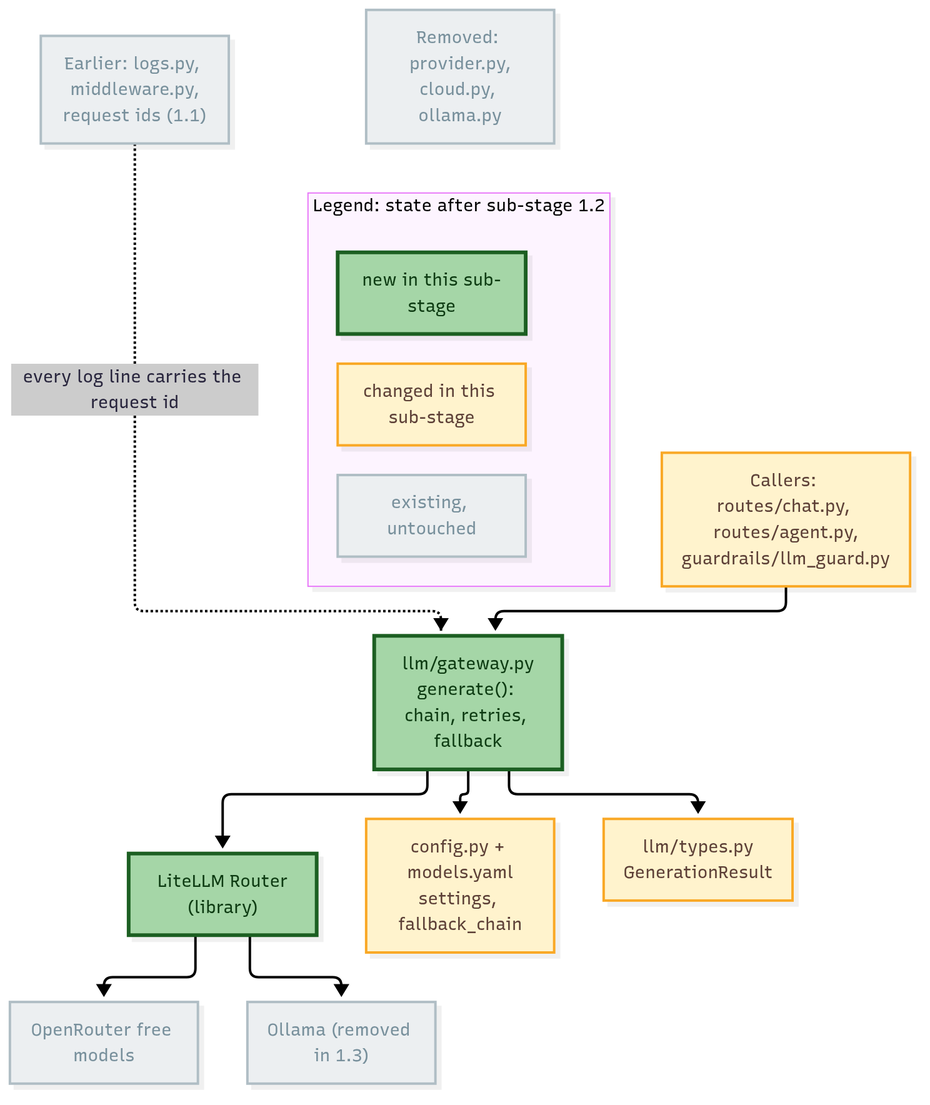
Above: docs/img/diagrams/stage1-module-map.png in dsailajakrishna0-ship-it/customer-compass-v3 (Mermaid), before the change. Its source is kept beside it as docs/diagrams/stage1-module-map.mmd.
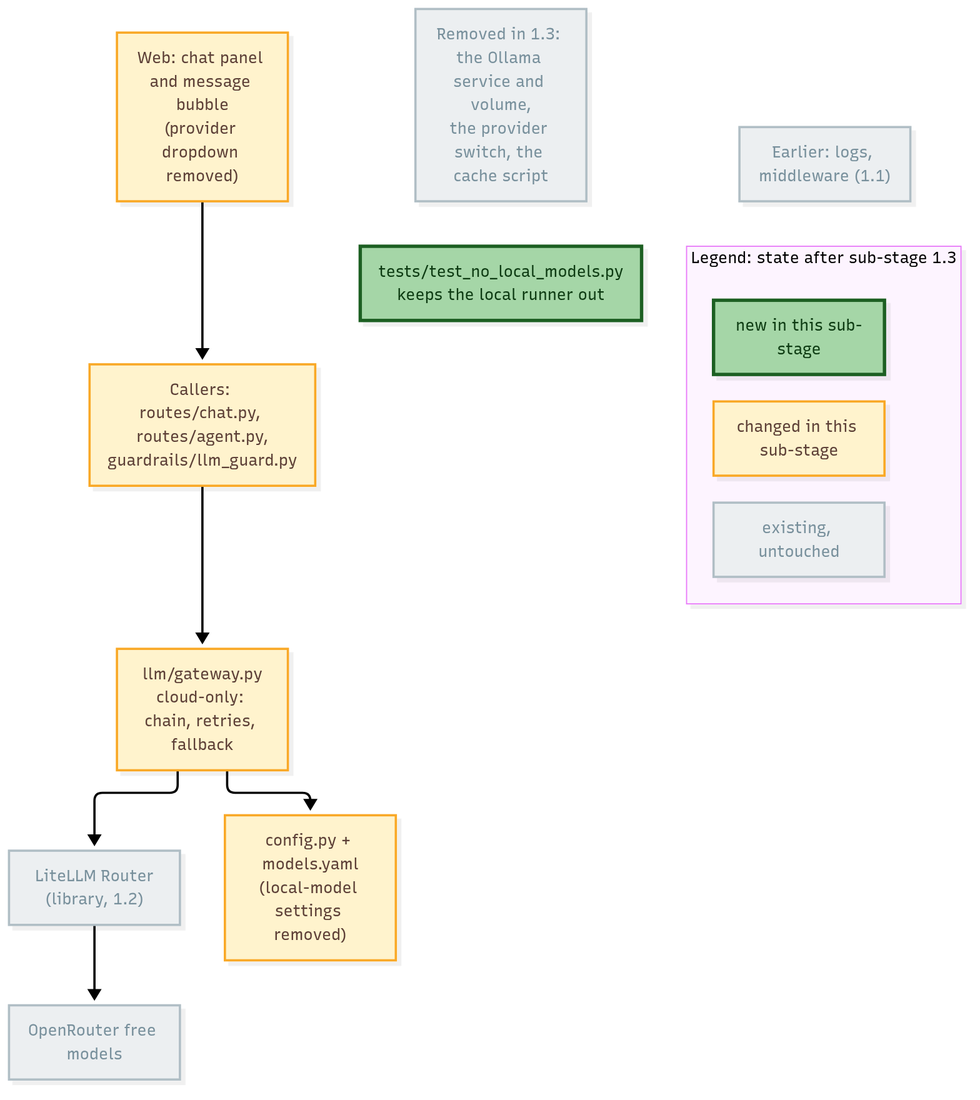
Later version of the same file.

The edit, as a diff of the source:
```diff
@@ -1,23 +1,23 @@
 flowchart TB
-    C["Callers: routes/chat.py, routes/agent.py,<br/>guardrails/llm_guard.py"] --> G["llm/gateway.py<br/>generate(): chain, retries, fallback"]
-    G --> L["LiteLLM Router<br/>(library)"]
+    W["Web: chat panel and message bubble<br/>(provider dropdown removed)"] --> C
+    C["Callers: routes/chat.py, routes/agent.py,<br/>guardrails/llm_guard.py"] --> G["llm/gateway.py<br/>cloud-only: chain, retries, fallback"]
+    G --> L["LiteLLM Router<br/>(library, 1.2)"]
     L --> O["OpenRouter free models"]
-    L --> K["Ollama (removed in 1.3)"]
-    G --> CF["config.py + models.yaml<br/>settings, fallback_chain"]
-    G --> T["llm/types.py<br/>GenerationResult"]
-    E["Earlier: logs.py, middleware.py,<br/>request ids (1.1)"]
-    X["Removed: provider.py,<br/>cloud.py, ollama.py"]
-    E -.->|"every log line carries the request id"| G
-    subgraph legend["Legend: state after sub-stage 1.2"]
+    G --> CF["config.py + models.yaml<br/>(local-model settings removed)"]
+    T["tests/test_no_local_models.py<br/>keeps the local runner out"]
+    X["Removed in 1.3: the Ollama service and volume,<br/>the provider switch, the cache script"]
+    E["Earlier: logs, middleware (1.1)"]
+    X ~~~ T
+    subgraph legend["Legend: state after sub-stage 1.3"]
         direction LR
         K1["new in this sub-stage"]
         K2["changed in this sub-stage"]
         K3["existing, untouched"]
     end
-    X ~~~ legend
+    E ~~~ legend
     classDef new fill:#a5d6a7,stroke:#1b5e20,stroke-width:3px,color:#0d3b12
     classDef changed fill:#fff3cd,stroke:#f9a825,stroke-width:2px,color:#5d4037
     classDef existing fill:#eceff1,stroke:#b0bec5,color:#78909c
-    class G,L,K1 new
-    class C,CF,T,K2 changed
-    class O,K,E,X,K3 existing
+    class T,K1 new
+    class W,C,G,CF,K2 changed
+    class L,O,E,X,K3 existing
```
